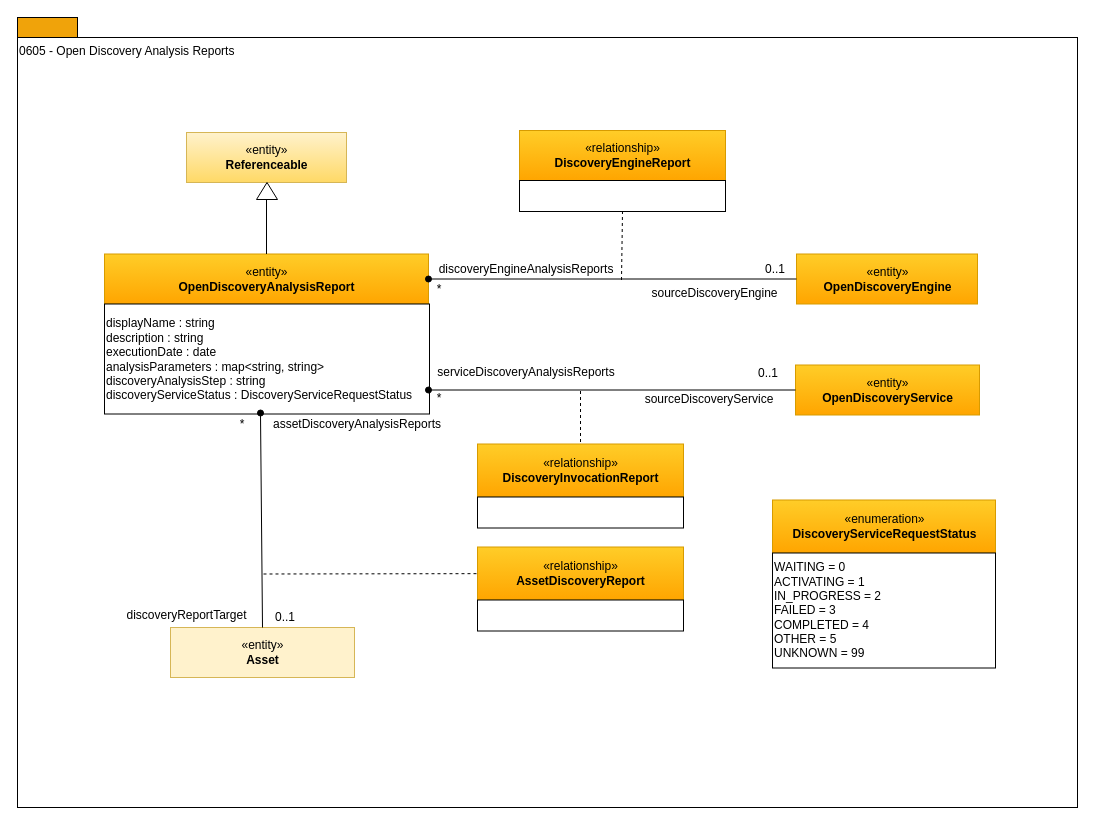
This is page "0605-Open-Discovery-Analysis-Reports" (3 of 16) of site/docs/types/6/area-6-discovery.drawio from odpi/egeria-docs, a draw.io file, before an edit. Source tidied: cells renumbered, new cells numbered last; positions are measured from the earlier drawing's top-left corner, leaving out a move shared by most shapes. Both pictures are drawn from the tidied source at 100%, with x=0, y=0 at pixel (17, 17).
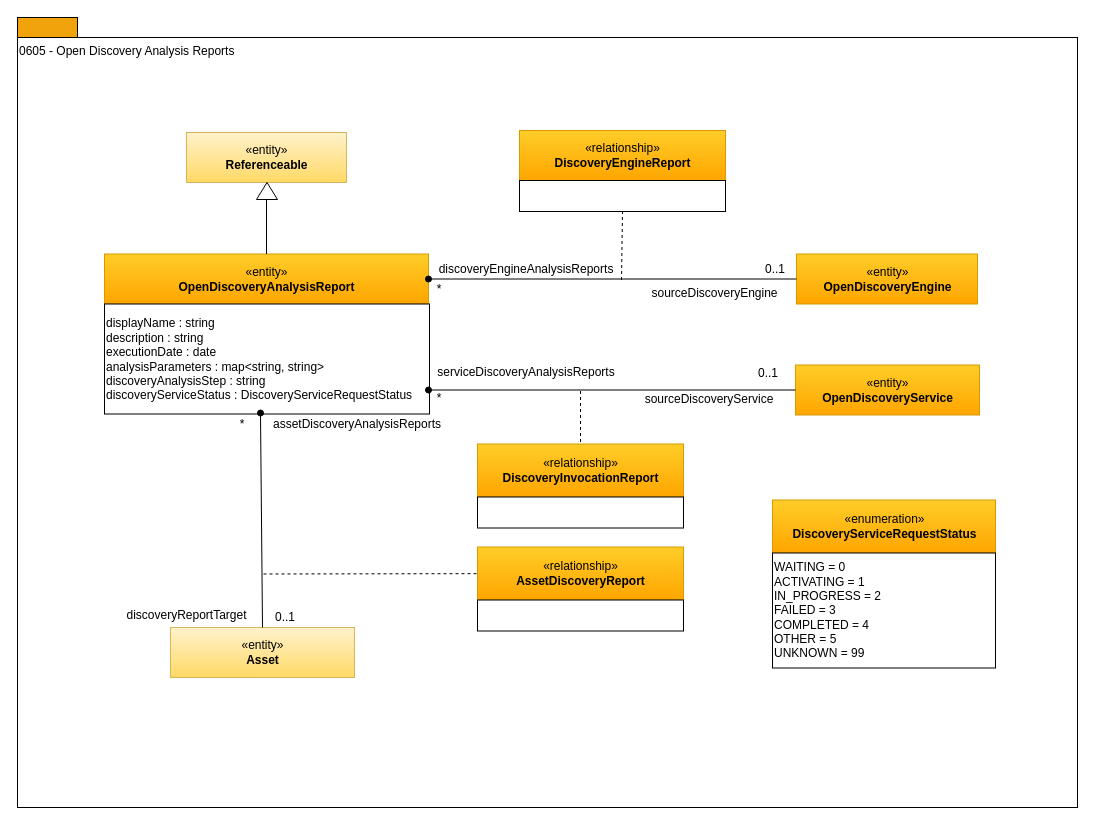
The same page after the edit.

What changed in the source:
```diff
@@
-    <mxCell id="28" value="«entity»&lt;br&gt;&lt;b&gt;Asset&lt;/b&gt;" style="html=1;strokeColor=#d6b656;align=center;fillColor=#fff2cc;" parent="1" vertex="1">
+    <mxCell id="28" value="«entity»&lt;br&gt;&lt;b&gt;Asset&lt;/b&gt;" style="html=1;strokeColor=#d6b656;align=center;fillColor=#fff2cc;gradientColor=#ffd966;" parent="1" vertex="1">
       <mxGeometry x="153" y="610" width="184" height="50" as="geometry" />
     </mxCell>
```
